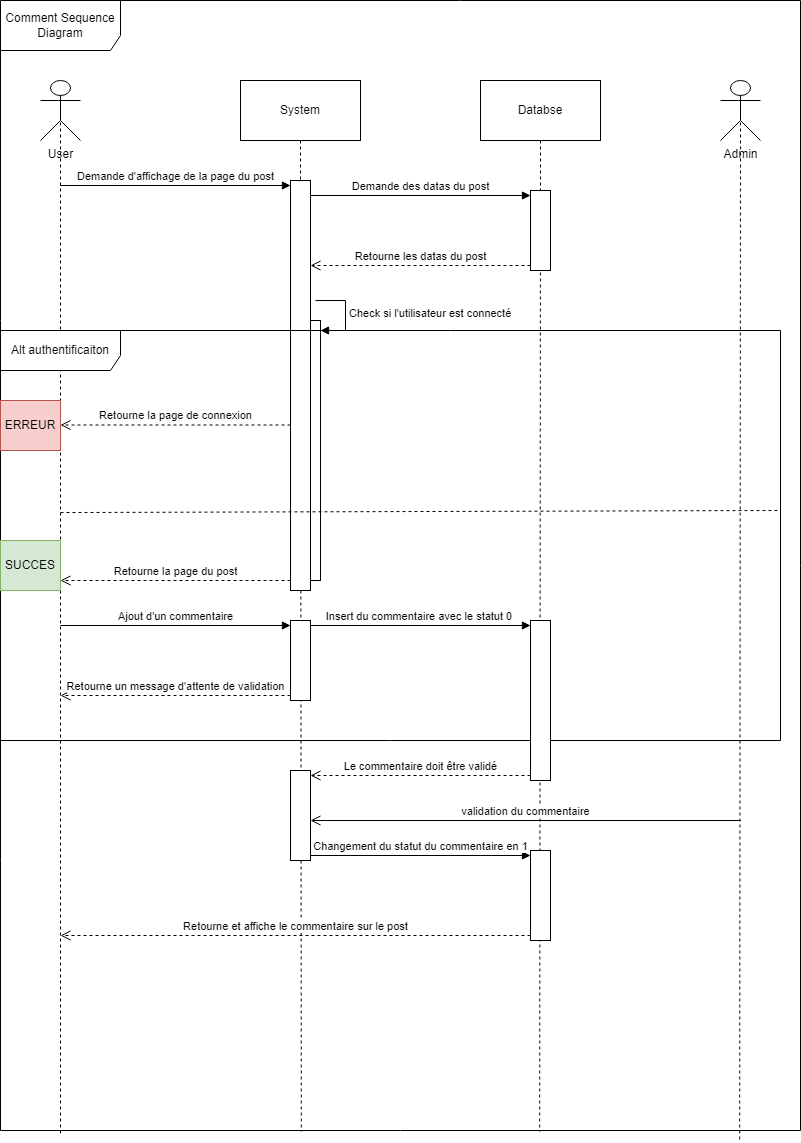
Before: diagrammes/Projet_5_CHASSELOUP_Axel_DDS_CommentSequence.png, a diagram exported from draw.io (Axel92290/Projet_blog_php). Source tidied: cells renumbered, new cells last; positions are measured from the earlier drawing's top-left corner, leaving out a move shared by most shapes. The source it was exported from:
```xml
<mxGraphModel>
  <root>
    <mxCell id="0" />
    <mxCell id="1" parent="0" />
    <mxCell id="2" value="Comment Sequence Diagram" style="shape=umlFrame;whiteSpace=wrap;html=1;width=120;height=50;" parent="1" vertex="1">
      <mxGeometry width="800" height="1130" as="geometry" />
    </mxCell>
    <mxCell id="3" style="rounded=0;jettySize=auto;html=1;exitX=0.5;exitY=0.5;exitDx=0;exitDy=0;exitPerimeter=0;entryX=0.075;entryY=1.004;entryDx=0;entryDy=0;entryPerimeter=0;dashed=1;endArrow=none;endFill=0;" parent="1" edge="1" source="4" target="2">
      <mxGeometry relative="1" as="geometry" />
    </mxCell>
    <mxCell id="4" value="User" style="shape=umlActor;verticalLabelPosition=bottom;verticalAlign=top;html=1;" parent="1" vertex="1">
      <mxGeometry x="40" y="80" width="40" height="60" as="geometry" />
    </mxCell>
    <mxCell id="5" style="rounded=0;jettySize=auto;html=1;exitX=0.5;exitY=0.5;exitDx=0;exitDy=0;exitPerimeter=0;entryX=0.924;entryY=1.009;entryDx=0;entryDy=0;entryPerimeter=0;endArrow=none;endFill=0;dashed=1;" parent="1" edge="1" source="6" target="2">
      <mxGeometry relative="1" as="geometry" />
    </mxCell>
    <mxCell id="6" value="Admin" style="shape=umlActor;verticalLabelPosition=bottom;verticalAlign=top;html=1;" parent="1" vertex="1">
      <mxGeometry x="720" y="80" width="40" height="60" as="geometry" />
    </mxCell>
    <mxCell id="7" style="rounded=0;jettySize=auto;html=1;exitX=0.5;exitY=1;exitDx=0;exitDy=0;entryX=0.376;entryY=1.001;entryDx=0;entryDy=0;entryPerimeter=0;dashed=1;endArrow=none;endFill=0;" parent="1" edge="1" source="8" target="2">
      <mxGeometry relative="1" as="geometry" />
    </mxCell>
    <mxCell id="8" value="System" style="rounded=0;whiteSpace=wrap;html=1;" parent="1" vertex="1">
      <mxGeometry x="240" y="80" width="120" height="60" as="geometry" />
    </mxCell>
    <mxCell id="9" style="rounded=0;jettySize=auto;html=1;exitX=0.5;exitY=1;exitDx=0;exitDy=0;entryX=0.674;entryY=1.001;entryDx=0;entryDy=0;entryPerimeter=0;dashed=1;endArrow=none;endFill=0;" parent="1" edge="1" source="10" target="2">
      <mxGeometry relative="1" as="geometry" />
    </mxCell>
    <mxCell id="10" value="Databse" style="rounded=0;whiteSpace=wrap;html=1;" parent="1" vertex="1">
      <mxGeometry x="480" y="80" width="120" height="60" as="geometry" />
    </mxCell>
    <mxCell id="11" style="html=1;points=[[0,0,0,0,5],[0,1,0,0,-5],[1,0,0,0,5],[1,1,0,0,-5]];perimeter=orthogonalPerimeter;outlineConnect=0;targetShapes=umlLifeline;portConstraint=eastwest;newEdgeStyle={&quot;curved&quot;:0,&quot;rounded&quot;:0};" parent="1" vertex="1">
      <mxGeometry x="290" y="180" width="20" height="410" as="geometry" />
    </mxCell>
    <mxCell id="12" value="Demande d'affichage de la page du post" style="html=1;verticalAlign=bottom;endArrow=block;curved=0;rounded=0;entryX=0;entryY=0;entryDx=0;entryDy=5;" parent="1" edge="1" target="11">
      <mxGeometry relative="1" as="geometry">
        <mxPoint x="60" y="185" as="sourcePoint" />
      </mxGeometry>
    </mxCell>
    <mxCell id="13" value="Retourne la page du post" style="html=1;verticalAlign=bottom;endArrow=open;dashed=1;endSize=8;curved=0;rounded=0;exitX=0;exitY=1;exitDx=0;exitDy=-5;" parent="1" edge="1">
      <mxGeometry relative="1" as="geometry">
        <mxPoint x="290" y="580" as="sourcePoint" />
        <mxPoint x="60" y="580" as="targetPoint" />
      </mxGeometry>
    </mxCell>
    <mxCell id="14" style="html=1;points=[[0,0,0,0,5],[0,1,0,0,-5],[1,0,0,0,5],[1,1,0,0,-5]];perimeter=orthogonalPerimeter;outlineConnect=0;targetShapes=umlLifeline;portConstraint=eastwest;newEdgeStyle={&quot;curved&quot;:0,&quot;rounded&quot;:0};" parent="1" vertex="1">
      <mxGeometry x="530" y="190" width="20" height="80" as="geometry" />
    </mxCell>
    <mxCell id="15" value="Demande des datas du post" style="html=1;verticalAlign=bottom;endArrow=block;curved=0;rounded=0;entryX=0;entryY=0;entryDx=0;entryDy=5;" parent="1" edge="1" source="11" target="14">
      <mxGeometry relative="1" as="geometry" />
    </mxCell>
    <mxCell id="16" value="Retourne les datas du post" style="html=1;verticalAlign=bottom;endArrow=open;dashed=1;endSize=8;curved=0;rounded=0;exitX=0;exitY=1;exitDx=0;exitDy=-5;" parent="1" edge="1" source="14" target="11">
      <mxGeometry relative="1" as="geometry" />
    </mxCell>
    <mxCell id="17" style="html=1;points=[[0,0,0,0,5],[0,1,0,0,-5],[1,0,0,0,5],[1,1,0,0,-5]];perimeter=orthogonalPerimeter;outlineConnect=0;targetShapes=umlLifeline;portConstraint=eastwest;newEdgeStyle={&quot;curved&quot;:0,&quot;rounded&quot;:0};" parent="1" vertex="1">
      <mxGeometry x="310" y="320" width="10" height="260" as="geometry" />
    </mxCell>
    <mxCell id="18" value="Check si l'utilisateur est connecté" style="html=1;align=left;spacingLeft=2;endArrow=block;rounded=0;edgeStyle=orthogonalEdgeStyle;curved=0;rounded=0;" parent="1" edge="1" target="17">
      <mxGeometry relative="1" as="geometry">
        <mxPoint x="315" y="300" as="sourcePoint" />
        <Array as="points">
          <mxPoint x="345" y="330" />
        </Array>
      </mxGeometry>
    </mxCell>
    <mxCell id="19" value="Alt authentificaiton" style="shape=umlFrame;whiteSpace=wrap;html=1;width=120;height=40;" parent="1" vertex="1">
      <mxGeometry y="330" width="780" height="410" as="geometry" />
    </mxCell>
    <mxCell id="20" style="endArrow=none;dashed=1;html=1;rounded=0;exitX=0;exitY=0.429;exitDx=0;exitDy=0;exitPerimeter=0;entryX=0.999;entryY=0.424;entryDx=0;entryDy=0;entryPerimeter=0;" parent="1" edge="1">
      <mxGeometry relative="1" as="geometry">
        <mxPoint x="60" y="512" as="sourcePoint" />
        <mxPoint x="779.3" y="510" as="targetPoint" />
      </mxGeometry>
    </mxCell>
    <mxCell id="21" value="ERREUR" style="rounded=0;whiteSpace=wrap;html=1;fillColor=#f8cecc;strokeColor=#b85450;" parent="1" vertex="1">
      <mxGeometry y="400" width="60" height="50" as="geometry" />
    </mxCell>
    <mxCell id="22" value="SUCCES" style="rounded=0;whiteSpace=wrap;html=1;fillColor=#d5e8d4;strokeColor=#82b366;" parent="1" vertex="1">
      <mxGeometry y="540" width="60" height="50" as="geometry" />
    </mxCell>
    <mxCell id="23" value="Retourne la page de connexion" style="html=1;verticalAlign=bottom;endArrow=open;dashed=1;endSize=8;curved=0;rounded=0;exitX=0;exitY=1;exitDx=0;exitDy=-5;" parent="1" edge="1">
      <mxGeometry relative="1" as="geometry">
        <mxPoint x="290" y="424.5" as="sourcePoint" />
        <mxPoint x="60" y="424.5" as="targetPoint" />
      </mxGeometry>
    </mxCell>
    <mxCell id="24" style="html=1;points=[[0,0,0,0,5],[0,1,0,0,-5],[1,0,0,0,5],[1,1,0,0,-5]];perimeter=orthogonalPerimeter;outlineConnect=0;targetShapes=umlLifeline;portConstraint=eastwest;newEdgeStyle={&quot;curved&quot;:0,&quot;rounded&quot;:0};" parent="1" vertex="1">
      <mxGeometry x="290" y="620" width="20" height="80" as="geometry" />
    </mxCell>
    <mxCell id="25" value="Ajout d'un commentaire" style="html=1;verticalAlign=bottom;endArrow=block;curved=0;rounded=0;entryX=0;entryY=0;entryDx=0;entryDy=5;" parent="1" edge="1" target="24">
      <mxGeometry relative="1" as="geometry">
        <mxPoint x="60" y="625" as="sourcePoint" />
      </mxGeometry>
    </mxCell>
    <mxCell id="26" value="Retourne un message d'attente de validation" style="html=1;verticalAlign=bottom;endArrow=open;dashed=1;endSize=8;curved=0;rounded=0;exitX=0;exitY=1;exitDx=0;exitDy=-5;" parent="1" edge="1" source="24">
      <mxGeometry relative="1" as="geometry">
        <mxPoint x="60" y="695" as="targetPoint" />
      </mxGeometry>
    </mxCell>
    <mxCell id="27" style="html=1;points=[[0,0,0,0,5],[0,1,0,0,-5],[1,0,0,0,5],[1,1,0,0,-5]];perimeter=orthogonalPerimeter;outlineConnect=0;targetShapes=umlLifeline;portConstraint=eastwest;newEdgeStyle={&quot;curved&quot;:0,&quot;rounded&quot;:0};" parent="1" vertex="1">
      <mxGeometry x="530" y="620" width="20" height="160" as="geometry" />
    </mxCell>
    <mxCell id="28" value="Insert du commentaire avec le statut 0&amp;nbsp;" style="html=1;verticalAlign=bottom;endArrow=block;curved=0;rounded=0;entryX=0;entryY=0;entryDx=0;entryDy=5;exitX=1;exitY=0;exitDx=0;exitDy=5;exitPerimeter=0;" parent="1" edge="1" source="24" target="27">
      <mxGeometry relative="1" as="geometry" />
    </mxCell>
    <mxCell id="29" value="Le commentaire doit être validé" style="html=1;verticalAlign=bottom;endArrow=open;dashed=1;endSize=8;curved=0;rounded=0;exitX=0;exitY=1;exitDx=0;exitDy=-5;entryX=1;entryY=0;entryDx=0;entryDy=5;entryPerimeter=0;" parent="1" edge="1" source="27" target="30">
      <mxGeometry relative="1" as="geometry" />
    </mxCell>
    <mxCell id="30" style="html=1;points=[[0,0,0,0,5],[0,1,0,0,-5],[1,0,0,0,5],[1,1,0,0,-5]];perimeter=orthogonalPerimeter;outlineConnect=0;targetShapes=umlLifeline;portConstraint=eastwest;newEdgeStyle={&quot;curved&quot;:0,&quot;rounded&quot;:0};" parent="1" vertex="1">
      <mxGeometry x="290" y="770" width="20" height="90" as="geometry" />
    </mxCell>
    <mxCell id="31" value="validation du commentaire" style="html=1;verticalAlign=bottom;endArrow=open;endSize=8;curved=0;rounded=0;" parent="1" edge="1">
      <mxGeometry relative="1" as="geometry">
        <mxPoint x="740" y="820" as="sourcePoint" />
        <mxPoint x="310" y="820" as="targetPoint" />
      </mxGeometry>
    </mxCell>
    <mxCell id="32" style="html=1;points=[[0,0,0,0,5],[0,1,0,0,-5],[1,0,0,0,5],[1,1,0,0,-5]];perimeter=orthogonalPerimeter;outlineConnect=0;targetShapes=umlLifeline;portConstraint=eastwest;newEdgeStyle={&quot;curved&quot;:0,&quot;rounded&quot;:0};" parent="1" vertex="1">
      <mxGeometry x="530" y="850" width="20" height="90" as="geometry" />
    </mxCell>
    <mxCell id="33" value="Changement du statut du commentaire en 1" style="html=1;verticalAlign=bottom;endArrow=block;curved=0;rounded=0;entryX=0;entryY=0;entryDx=0;entryDy=5;exitX=1;exitY=1;exitDx=0;exitDy=-5;exitPerimeter=0;" parent="1" edge="1" source="30" target="32">
      <mxGeometry relative="1" as="geometry" />
    </mxCell>
    <mxCell id="34" value="Retourne et affiche le commentaire sur le post" style="html=1;verticalAlign=bottom;endArrow=open;dashed=1;endSize=8;curved=0;rounded=0;exitX=0;exitY=1;exitDx=0;exitDy=-5;" parent="1" edge="1" source="32">
      <mxGeometry relative="1" as="geometry">
        <mxPoint x="60" y="935" as="targetPoint" />
      </mxGeometry>
    </mxCell>
  </root>
</mxGraphModel>
```
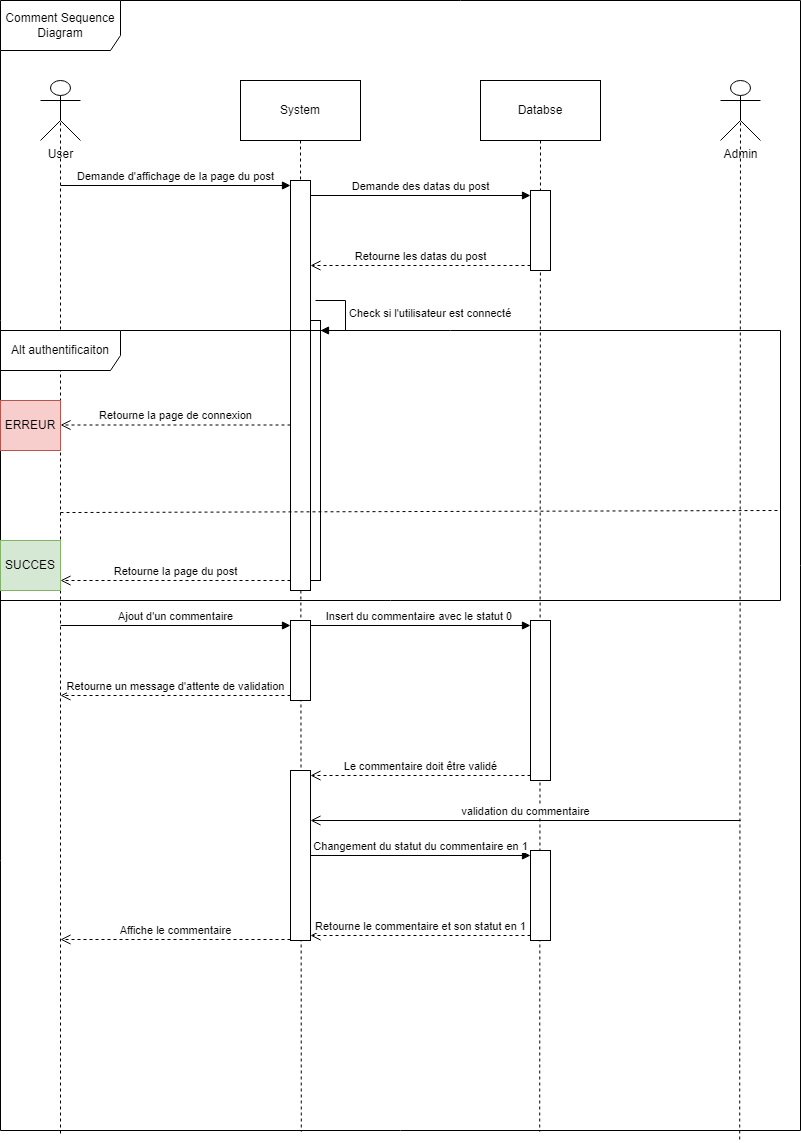
Above is the later version.

The edit, as a diff of the source:
```diff
@@ -64,7 +64,7 @@
       </mxGeometry>
     </mxCell>
     <mxCell id="19" value="Alt authentificaiton" style="shape=umlFrame;whiteSpace=wrap;html=1;width=120;height=40;" parent="1" vertex="1">
-      <mxGeometry y="330" width="780" height="410" as="geometry" />
+      <mxGeometry y="330" width="780" height="270" as="geometry" />
     </mxCell>
     <mxCell id="20" style="endArrow=none;dashed=1;html=1;rounded=0;exitX=0;exitY=0.429;exitDx=0;exitDy=0;exitPerimeter=0;entryX=0.999;entryY=0.424;entryDx=0;entryDy=0;entryPerimeter=0;" parent="1" edge="1">
       <mxGeometry relative="1" as="geometry">
@@ -107,7 +107,7 @@
       <mxGeometry relative="1" as="geometry" />
     </mxCell>
     <mxCell id="30" style="html=1;points=[[0,0,0,0,5],[0,1,0,0,-5],[1,0,0,0,5],[1,1,0,0,-5]];perimeter=orthogonalPerimeter;outlineConnect=0;targetShapes=umlLifeline;portConstraint=eastwest;newEdgeStyle={&quot;curved&quot;:0,&quot;rounded&quot;:0};" parent="1" vertex="1">
-      <mxGeometry x="290" y="770" width="20" height="90" as="geometry" />
+      <mxGeometry x="290" y="770" width="20" height="170" as="geometry" />
     </mxCell>
     <mxCell id="31" value="validation du commentaire" style="html=1;verticalAlign=bottom;endArrow=open;endSize=8;curved=0;rounded=0;" parent="1" edge="1">
       <mxGeometry relative="1" as="geometry">
@@ -118,13 +118,17 @@
     <mxCell id="32" style="html=1;points=[[0,0,0,0,5],[0,1,0,0,-5],[1,0,0,0,5],[1,1,0,0,-5]];perimeter=orthogonalPerimeter;outlineConnect=0;targetShapes=umlLifeline;portConstraint=eastwest;newEdgeStyle={&quot;curved&quot;:0,&quot;rounded&quot;:0};" parent="1" vertex="1">
       <mxGeometry x="530" y="850" width="20" height="90" as="geometry" />
     </mxCell>
-    <mxCell id="33" value="Changement du statut du commentaire en 1" style="html=1;verticalAlign=bottom;endArrow=block;curved=0;rounded=0;entryX=0;entryY=0;entryDx=0;entryDy=5;exitX=1;exitY=1;exitDx=0;exitDy=-5;exitPerimeter=0;" parent="1" edge="1" source="30" target="32">
+    <mxCell id="33" value="Changement du statut du commentaire en 1" style="html=1;verticalAlign=bottom;endArrow=block;curved=0;rounded=0;entryX=0;entryY=0;entryDx=0;entryDy=5;" parent="1" edge="1" source="30" target="32">
       <mxGeometry relative="1" as="geometry" />
     </mxCell>
-    <mxCell id="34" value="Retourne et affiche le commentaire sur le post" style="html=1;verticalAlign=bottom;endArrow=open;dashed=1;endSize=8;curved=0;rounded=0;exitX=0;exitY=1;exitDx=0;exitDy=-5;" parent="1" edge="1" source="32">
-      <mxGeometry relative="1" as="geometry">
-        <mxPoint x="60" y="935" as="targetPoint" />
-      </mxGeometry>
+    <mxCell id="34" value="Retourne le commentaire et son statut en 1" style="html=1;verticalAlign=bottom;endArrow=open;dashed=1;endSize=8;curved=0;rounded=0;exitX=0;exitY=1;exitDx=0;exitDy=-5;entryX=1;entryY=1;entryDx=0;entryDy=-5;entryPerimeter=0;" parent="1" edge="1" source="32" target="30">
+      <mxGeometry relative="1" as="geometry" />
     </mxCell>
+    <mxCell id="35" value="Affiche le commentaire" style="html=1;verticalAlign=bottom;endArrow=open;dashed=1;endSize=8;curved=0;rounded=0;exitX=0;exitY=1;exitDx=0;exitDy=-5;" parent="1" edge="1">
+      <mxGeometry relative="1" as="geometry">
+        <mxPoint x="290" y="939" as="sourcePoint" />
+        <mxPoint x="60" y="939" as="targetPoint" />
+      </mxGeometry>
+    </mxCell>
   </root>
 </mxGraphModel>
```
